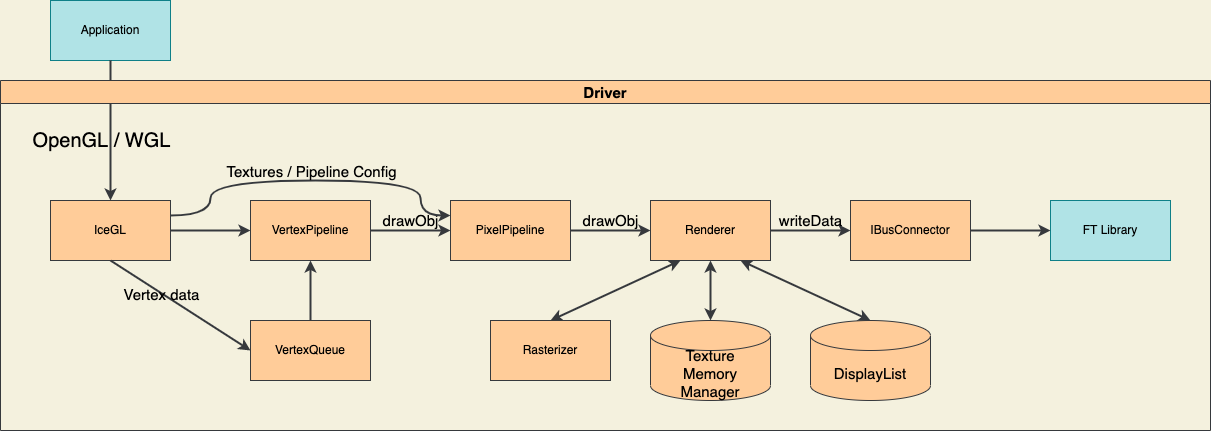
Earlier version of the draw.io export pictures/softwareFlow.drawio.png (ToNi3141/Rasterix). Source tidied: cells renumbered, new cells last; positions are measured from the earlier drawing's top-left corner, leaving out a move shared by most shapes.
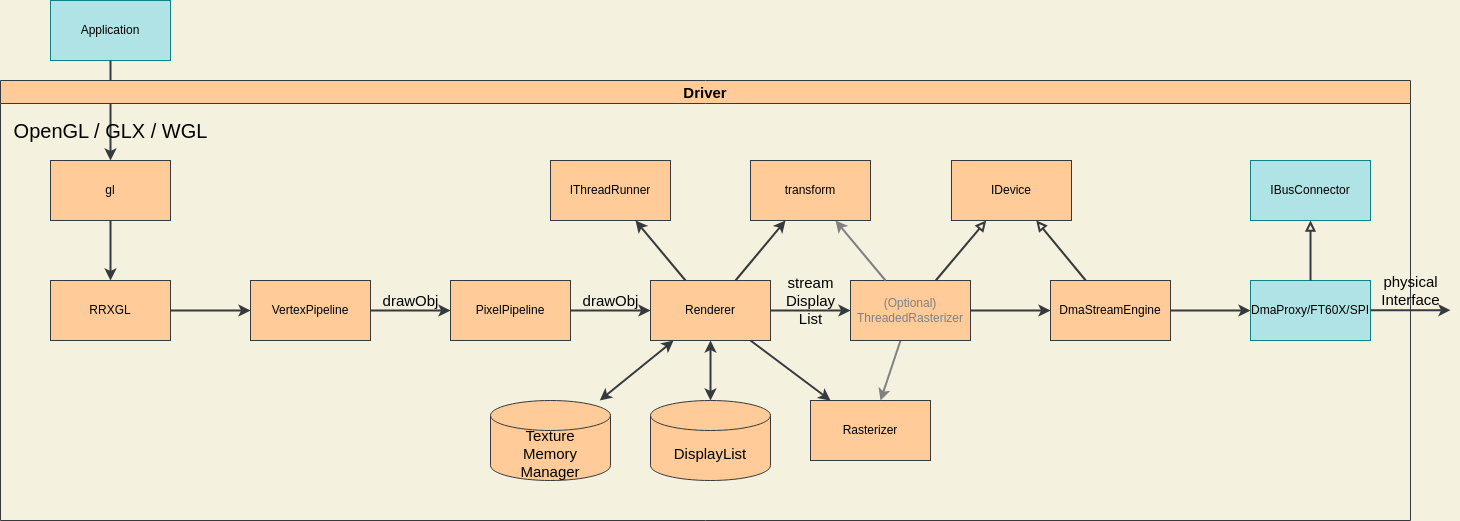
The same diagram one commit later.

Diff of the diagram source:
```diff
@@ -5,98 +5,128 @@
     <mxCell id="2" value="Application" style="rounded=0;whiteSpace=wrap;html=1;fillColor=#b0e3e6;strokeColor=#0e8088;fontColor=#000000;" parent="1" vertex="1">
       <mxGeometry x="50" width="120" height="60" as="geometry" />
     </mxCell>
-    <mxCell id="3" style="endArrow=classic;html=1;fontColor=#000000;exitX=0.5;exitY=1;exitDx=0;exitDy=0;entryX=0.5;entryY=0;entryDx=0;entryDy=0;strokeWidth=2;fillColor=#eeeeee;strokeColor=#36393d;" parent="1" edge="1" source="2" target="6">
+    <mxCell id="3" style="endArrow=classic;html=1;fontColor=#000000;exitX=0.5;exitY=1;exitDx=0;exitDy=0;strokeWidth=2;fillColor=#eeeeee;strokeColor=#36393d;" parent="1" edge="1" source="2" target="46">
       <mxGeometry relative="1" as="geometry">
         <Array as="points">
           <mxPoint x="110" y="100" />
         </Array>
       </mxGeometry>
     </mxCell>
-    <mxCell id="4" value="OpenGL / WGL" style="edgeLabel;html=1;align=center;verticalAlign=middle;fontSize=20;fontColor=#000000;labelBackgroundColor=none;" parent="3" vertex="1">
+    <mxCell id="4" value="OpenGL / GLX / WGL" style="edgeLabel;html=1;align=center;verticalAlign=middle;fontSize=20;fontColor=#000000;labelBackgroundColor=none;" parent="3" vertex="1">
       <mxGeometry x="0.13" y="-2" relative="1" as="geometry">
-        <mxPoint x="-8" as="offset" />
+        <mxPoint x="2" y="13" as="offset" />
       </mxGeometry>
     </mxCell>
     <mxCell id="5" value="Driver" style="swimlane;labelBackgroundColor=none;fontSize=15;fillColor=#ffcc99;strokeColor=#36393d;fontColor=#000000;" parent="1" vertex="1">
-      <mxGeometry y="80" width="1210" height="350" as="geometry" />
+      <mxGeometry y="80" width="1410" height="440" as="geometry" />
     </mxCell>
-    <mxCell id="6" value="IceGL" style="rounded=0;whiteSpace=wrap;html=1;fillColor=#ffcc99;strokeColor=#36393d;fontColor=#000000;" parent="5" vertex="1">
-      <mxGeometry x="50" y="120" width="120" height="60" as="geometry" />
+    <mxCell id="6" value="RRXGL" style="rounded=0;whiteSpace=wrap;html=1;fillColor=#ffcc99;strokeColor=#36393d;fontColor=#000000;" parent="5" vertex="1">
+      <mxGeometry x="50" y="200" width="120" height="60" as="geometry" />
     </mxCell>
-    <mxCell id="7" value="VertexQueue" style="rounded=0;whiteSpace=wrap;html=1;fillColor=#ffcc99;strokeColor=#36393d;fontColor=#000000;" parent="5" vertex="1">
-      <mxGeometry x="250" y="240" width="120" height="60" as="geometry" />
-    </mxCell>
     <mxCell id="8" value="VertexPipeline" style="rounded=0;whiteSpace=wrap;html=1;fillColor=#ffcc99;strokeColor=#36393d;fontColor=#000000;" parent="5" vertex="1">
-      <mxGeometry x="250" y="120" width="120" height="60" as="geometry" />
+      <mxGeometry x="250" y="200" width="120" height="60" as="geometry" />
     </mxCell>
-    <mxCell id="9" style="endArrow=classic;html=1;fontSize=20;fontColor=#000000;strokeWidth=2;fillColor=#cce5ff;strokeColor=#36393d;exitX=0.5;exitY=1;exitDx=0;exitDy=0;entryX=0;entryY=0.5;entryDx=0;entryDy=0;" parent="5" edge="1" source="6" target="7">
-      <mxGeometry relative="1" as="geometry" />
-    </mxCell>
-    <mxCell id="10" value="Vertex data" style="edgeLabel;html=1;align=center;verticalAlign=middle;fontSize=15;fontColor=#000000;labelBackgroundColor=none;" parent="9" vertex="1">
-      <mxGeometry x="-0.26" y="-1" relative="1" as="geometry" />
-    </mxCell>
-    <mxCell id="11" style="endArrow=classic;html=1;fontSize=20;fontColor=#000000;strokeWidth=2;fillColor=#cce5ff;strokeColor=#36393d;exitX=1;exitY=0.5;exitDx=0;exitDy=0;entryX=0;entryY=0.5;entryDx=0;entryDy=0;" parent="5" edge="1" source="6" target="8">
-      <mxGeometry relative="1" as="geometry" />
-    </mxCell>
-    <mxCell id="12" style="endArrow=classic;html=1;fontSize=20;fontColor=#000000;strokeWidth=2;fillColor=#cce5ff;strokeColor=#36393d;exitX=0.5;exitY=0;exitDx=0;exitDy=0;entryX=0.5;entryY=1;entryDx=0;entryDy=0;" parent="5" edge="1" source="7" target="8">
-      <mxGeometry relative="1" as="geometry" />
-    </mxCell>
     <mxCell id="13" value="PixelPipeline" style="rounded=0;whiteSpace=wrap;html=1;fillColor=#ffcc99;strokeColor=#36393d;fontColor=#000000;" parent="5" vertex="1">
-      <mxGeometry x="450" y="120" width="120" height="60" as="geometry" />
+      <mxGeometry x="450" y="200" width="120" height="60" as="geometry" />
     </mxCell>
     <mxCell id="14" value="drawObj" style="endArrow=classic;html=1;fontSize=15;fontColor=#000000;strokeWidth=2;fillColor=#cce5ff;strokeColor=#36393d;entryX=0;entryY=0.5;entryDx=0;entryDy=0;exitX=1;exitY=0.5;exitDx=0;exitDy=0;labelBackgroundColor=none;" parent="5" edge="1" source="8" target="13">
       <mxGeometry y="10" relative="1" as="geometry" />
     </mxCell>
-    <mxCell id="15" style="endArrow=classic;html=1;fontSize=20;fontColor=#000000;strokeWidth=2;labelBackgroundColor=none;fillColor=#cce5ff;strokeColor=#36393d;exitX=1;exitY=0.25;exitDx=0;exitDy=0;entryX=0;entryY=0.25;entryDx=0;entryDy=0;edgeStyle=orthogonalEdgeStyle;curved=1;" parent="5" edge="1" source="6" target="13">
-      <mxGeometry relative="1" as="geometry">
-        <Array as="points">
-          <mxPoint x="210" y="135" />
-          <mxPoint x="210" y="100" />
-          <mxPoint x="420" y="100" />
-          <mxPoint x="420" y="135" />
-        </Array>
-      </mxGeometry>
-    </mxCell>
-    <mxCell id="16" value="Textures / Pipeline Config" style="edgeLabel;html=1;align=center;verticalAlign=middle;fontSize=15;fontColor=#000000;labelBackgroundColor=none;" parent="15" vertex="1">
-      <mxGeometry x="-0.06" y="2" relative="1" as="geometry">
-        <mxPoint x="11" y="-8" as="offset" />
-      </mxGeometry>
-    </mxCell>
     <mxCell id="17" value="Renderer" style="rounded=0;whiteSpace=wrap;html=1;fillColor=#ffcc99;strokeColor=#36393d;fontColor=#000000;" parent="5" vertex="1">
-      <mxGeometry x="650" y="120" width="120" height="60" as="geometry" />
+      <mxGeometry x="650" y="200" width="120" height="60" as="geometry" />
     </mxCell>
     <mxCell id="18" value="drawObj" style="endArrow=classic;html=1;fontSize=15;fontColor=#000000;strokeWidth=2;fillColor=#cce5ff;strokeColor=#36393d;entryX=0;entryY=0.5;entryDx=0;entryDy=0;exitX=1;exitY=0.5;exitDx=0;exitDy=0;labelBackgroundColor=none;" parent="5" edge="1" source="13" target="17">
       <mxGeometry y="10" relative="1" as="geometry" />
     </mxCell>
-    <mxCell id="19" style="endArrow=classic;html=1;fontSize=15;fontColor=#000000;strokeWidth=2;fillColor=#cce5ff;strokeColor=#36393d;entryX=0.5;entryY=0;entryDx=0;entryDy=0;exitX=0.75;exitY=1;exitDx=0;exitDy=0;labelBackgroundColor=none;startArrow=classic;startFill=1;entryPerimeter=0;" parent="5" edge="1" source="17" target="26">
+    <mxCell id="19" style="endArrow=classic;html=1;fontSize=15;fontColor=#000000;strokeWidth=2;fillColor=#cce5ff;strokeColor=#36393d;entryX=0.5;entryY=0;entryDx=0;entryDy=0;labelBackgroundColor=none;startArrow=classic;startFill=1;entryPerimeter=0;" parent="5" edge="1" source="17" target="26">
       <mxGeometry y="10" relative="1" as="geometry" />
     </mxCell>
     <mxCell id="20" value="Rasterizer" style="rounded=0;whiteSpace=wrap;html=1;fillColor=#ffcc99;strokeColor=#36393d;fontColor=#000000;" parent="5" vertex="1">
-      <mxGeometry x="490" y="240" width="120" height="60" as="geometry" />
+      <mxGeometry x="810" y="320" width="120" height="60" as="geometry" />
     </mxCell>
-    <mxCell id="21" style="endArrow=classic;html=1;fontSize=15;fontColor=#000000;strokeWidth=2;fillColor=#cce5ff;strokeColor=#36393d;entryX=0.5;entryY=0;entryDx=0;entryDy=0;exitX=0.5;exitY=1;exitDx=0;exitDy=0;labelBackgroundColor=none;startArrow=classic;startFill=1;entryPerimeter=0;" parent="5" edge="1" source="17" target="25">
+    <mxCell id="21" style="endArrow=classic;html=1;fontSize=15;fontColor=#000000;strokeWidth=2;fillColor=#cce5ff;strokeColor=#36393d;labelBackgroundColor=none;startArrow=classic;startFill=1;" parent="5" edge="1" source="17" target="25">
       <mxGeometry y="10" relative="1" as="geometry" />
     </mxCell>
-    <mxCell id="22" style="endArrow=classic;html=1;fontSize=15;fontColor=#000000;strokeWidth=2;fillColor=#cce5ff;strokeColor=#36393d;entryX=0.5;entryY=0;entryDx=0;entryDy=0;exitX=0.25;exitY=1;exitDx=0;exitDy=0;labelBackgroundColor=none;startArrow=classic;startFill=1;" parent="5" edge="1" source="17" target="20">
-      <mxGeometry y="10" relative="1" as="geometry" />
+    <mxCell id="22" style="endArrow=classic;html=1;fontSize=15;fontColor=#000000;strokeWidth=2;fillColor=#cce5ff;strokeColor=#808080;labelBackgroundColor=none;startArrow=none;startFill=0;" parent="5" edge="1" source="30" target="20">
+      <mxGeometry y="10" relative="1" as="geometry">
+        <Array as="points">
+          <mxPoint x="890" y="290" />
+        </Array>
+      </mxGeometry>
     </mxCell>
-    <mxCell id="23" value="IBusConnector" style="rounded=0;whiteSpace=wrap;html=1;fillColor=#ffcc99;strokeColor=#36393d;fontColor=#000000;" parent="5" vertex="1">
-      <mxGeometry x="850" y="120" width="120" height="60" as="geometry" />
-    </mxCell>
-    <mxCell id="24" value="writeData" style="endArrow=classic;html=1;fontSize=15;fontColor=#000000;strokeWidth=2;fillColor=#cce5ff;strokeColor=#36393d;entryX=0;entryY=0.5;entryDx=0;entryDy=0;exitX=1;exitY=0.5;exitDx=0;exitDy=0;labelBackgroundColor=none;" parent="5" edge="1" source="17" target="23">
+    <mxCell id="24" value="stream&lt;div&gt;Display&lt;/div&gt;&lt;div&gt;List&lt;/div&gt;" style="endArrow=classic;html=1;fontSize=15;fontColor=#000000;strokeWidth=2;fillColor=#cce5ff;strokeColor=#36393d;exitX=1;exitY=0.5;exitDx=0;exitDy=0;labelBackgroundColor=none;" parent="5" edge="1" source="17" target="30">
       <mxGeometry y="10" relative="1" as="geometry" />
     </mxCell>
     <mxCell id="25" value="Texture&lt;br&gt;Memory&lt;br&gt;Manager" style="shape=cylinder3;whiteSpace=wrap;html=1;boundedLbl=1;backgroundOutline=1;size=15;labelBackgroundColor=none;fontSize=15;fillColor=#ffcc99;strokeColor=#36393d;fontColor=#000000;" parent="5" vertex="1">
-      <mxGeometry x="650" y="240" width="120" height="80" as="geometry" />
+      <mxGeometry x="490" y="320" width="120" height="80" as="geometry" />
     </mxCell>
     <mxCell id="26" value="DisplayList" style="shape=cylinder3;whiteSpace=wrap;html=1;boundedLbl=1;backgroundOutline=1;size=15;labelBackgroundColor=none;fontSize=15;fillColor=#ffcc99;strokeColor=#36393d;fontColor=#000000;" parent="5" vertex="1">
-      <mxGeometry x="810" y="240" width="120" height="80" as="geometry" />
+      <mxGeometry x="650" y="320" width="120" height="80" as="geometry" />
     </mxCell>
-    <mxCell id="27" value="FT Library" style="rounded=0;whiteSpace=wrap;html=1;fillColor=#b0e3e6;strokeColor=#0e8088;fontColor=#000000;" parent="5" vertex="1">
-      <mxGeometry x="1050" y="120" width="120" height="60" as="geometry" />
-    </mxCell>
-    <mxCell id="28" style="endArrow=classic;html=1;fontSize=15;fontColor=#000000;strokeWidth=2;fillColor=#cce5ff;strokeColor=#36393d;labelBackgroundColor=none;" parent="5" edge="1" source="23" target="27">
-      <mxGeometry y="10" relative="1" as="geometry" />
-    </mxCell>
+    <mxCell id="29" value="DmaProxy/FT60X/SPI" style="rounded=0;whiteSpace=wrap;html=1;fillColor=#b0e3e6;strokeColor=#0e8088;fontColor=#000000;" parent="5" vertex="1">
+      <mxGeometry x="1250" y="200" width="120" height="60" as="geometry" />
+    </mxCell>
+    <mxCell id="30" value="&lt;div&gt;(Optional)&lt;/div&gt;ThreadedRasterizer" style="rounded=0;whiteSpace=wrap;html=1;fillColor=#ffcc99;strokeColor=#36393d;fontColor=#808080;gradientColor=none;glass=0;" parent="5" vertex="1">
+      <mxGeometry x="850" y="200" width="120" height="60" as="geometry" />
+    </mxCell>
+    <mxCell id="31" value="DmaStreamEngine" style="rounded=0;whiteSpace=wrap;html=1;fillColor=#ffcc99;strokeColor=#36393d;fontColor=#000000;" parent="5" vertex="1">
+      <mxGeometry x="1050" y="200" width="120" height="60" as="geometry" />
+    </mxCell>
+    <mxCell id="23" value="IBusConnector" style="rounded=0;whiteSpace=wrap;html=1;fillColor=#b0e3e6;strokeColor=#0e8088;fontColor=#000000;" parent="5" vertex="1">
+      <mxGeometry x="1250" y="80" width="120" height="60" as="geometry" />
+    </mxCell>
+    <mxCell id="32" value="IDevice" style="rounded=0;whiteSpace=wrap;html=1;fillColor=#ffcc99;strokeColor=#36393d;fontColor=#000000;" parent="5" vertex="1">
+      <mxGeometry x="951" y="80" width="120" height="60" as="geometry" />
+    </mxCell>
+    <mxCell id="33" style="endArrow=classic;html=1;fontSize=15;fontColor=#000000;strokeWidth=2;fillColor=#cce5ff;strokeColor=#36393d;labelBackgroundColor=none;" parent="5" edge="1" source="30" target="31">
+      <mxGeometry y="10" relative="1" as="geometry" />
+    </mxCell>
+    <mxCell id="34" style="endArrow=classic;html=1;fontSize=15;fontColor=#000000;strokeWidth=2;fillColor=#cce5ff;strokeColor=#36393d;labelBackgroundColor=none;" parent="5" edge="1" source="31" target="29">
+      <mxGeometry y="10" relative="1" as="geometry" />
+    </mxCell>
+    <mxCell id="35" style="endArrow=block;html=1;fontSize=15;fontColor=#000000;strokeWidth=2;fillColor=#cce5ff;strokeColor=#36393d;labelBackgroundColor=none;endFill=0;" parent="5" edge="1" source="30" target="32">
+      <mxGeometry y="10" relative="1" as="geometry" />
+    </mxCell>
+    <mxCell id="36" style="endArrow=block;html=1;fontSize=15;fontColor=#000000;strokeWidth=2;fillColor=#cce5ff;strokeColor=#36393d;labelBackgroundColor=none;endFill=0;" parent="5" edge="1" source="31" target="32">
+      <mxGeometry y="10" relative="1" as="geometry" />
+    </mxCell>
+    <mxCell id="37" style="endArrow=block;html=1;fontSize=15;fontColor=#000000;strokeWidth=2;fillColor=#cce5ff;strokeColor=#36393d;labelBackgroundColor=none;endFill=0;" parent="5" edge="1" source="29" target="23">
+      <mxGeometry y="10" relative="1" as="geometry" />
+    </mxCell>
+    <mxCell id="38" value="physical&lt;div&gt;Interface&lt;/div&gt;" style="endArrow=classic;html=1;fontSize=15;fontColor=#000000;strokeWidth=2;fillColor=#cce5ff;strokeColor=#36393d;exitX=1;exitY=0.5;exitDx=0;exitDy=0;labelBackgroundColor=none;" parent="5" edge="1">
+      <mxGeometry y="20" relative="1" as="geometry">
+        <mxPoint x="1370" y="229.7" as="sourcePoint" />
+        <mxPoint x="1450" y="229.7" as="targetPoint" />
+      </mxGeometry>
+    </mxCell>
+    <mxCell id="39" style="endArrow=classic;html=1;fontSize=15;fontColor=#000000;strokeWidth=2;fillColor=#cce5ff;strokeColor=#36393d;labelBackgroundColor=none;startArrow=none;startFill=0;" parent="5" edge="1" source="17" target="20">
+      <mxGeometry y="10" relative="1" as="geometry" />
+    </mxCell>
+    <mxCell id="40" value="IThreadRunner" style="rounded=0;whiteSpace=wrap;html=1;fillColor=#ffcc99;strokeColor=#36393d;fontColor=#000000;" parent="5" vertex="1">
+      <mxGeometry x="550" y="80" width="120" height="60" as="geometry" />
+    </mxCell>
+    <mxCell id="41" style="endArrow=classic;html=1;fontSize=15;fontColor=#000000;strokeWidth=2;fillColor=#cce5ff;strokeColor=#36393d;labelBackgroundColor=none;" parent="5" edge="1" source="17" target="40">
+      <mxGeometry y="10" relative="1" as="geometry" />
+    </mxCell>
+    <mxCell id="42" value="transform" style="rounded=0;whiteSpace=wrap;html=1;fillColor=#ffcc99;strokeColor=#36393d;fontColor=#000000;" parent="5" vertex="1">
+      <mxGeometry x="750" y="80" width="120" height="60" as="geometry" />
+    </mxCell>
+    <mxCell id="43" style="endArrow=classic;html=1;fontSize=15;fontColor=#000000;strokeWidth=2;fillColor=#cce5ff;strokeColor=#36393d;labelBackgroundColor=none;" parent="5" edge="1" source="17" target="42">
+      <mxGeometry y="10" relative="1" as="geometry" />
+    </mxCell>
+    <mxCell id="44" style="endArrow=classic;html=1;fontSize=15;fontColor=#000000;strokeWidth=2;fillColor=#cce5ff;strokeColor=#808080;labelBackgroundColor=none;" parent="5" edge="1" source="30" target="42">
+      <mxGeometry y="10" relative="1" as="geometry" />
+    </mxCell>
+    <mxCell id="45" style="endArrow=classic;html=1;fontSize=20;fontColor=#000000;strokeWidth=2;fillColor=#cce5ff;strokeColor=#36393d;exitX=1;exitY=0.5;exitDx=0;exitDy=0;entryX=0;entryY=0.5;entryDx=0;entryDy=0;" parent="5" edge="1" source="6">
+      <mxGeometry relative="1" as="geometry">
+        <mxPoint x="250" y="230" as="targetPoint" />
+      </mxGeometry>
+    </mxCell>
+    <mxCell id="46" value="gl" style="rounded=0;whiteSpace=wrap;html=1;fillColor=#ffcc99;strokeColor=#36393d;fontColor=#000000;" parent="5" vertex="1">
+      <mxGeometry x="50" y="80" width="120" height="60" as="geometry" />
+    </mxCell>
+    <mxCell id="47" style="endArrow=classic;html=1;fontSize=20;fontColor=#000000;strokeWidth=2;fillColor=#cce5ff;strokeColor=#36393d;" parent="5" edge="1" source="46" target="6">
+      <mxGeometry relative="1" as="geometry" />
+    </mxCell>
   </root>
 </mxGraphModel>
```
